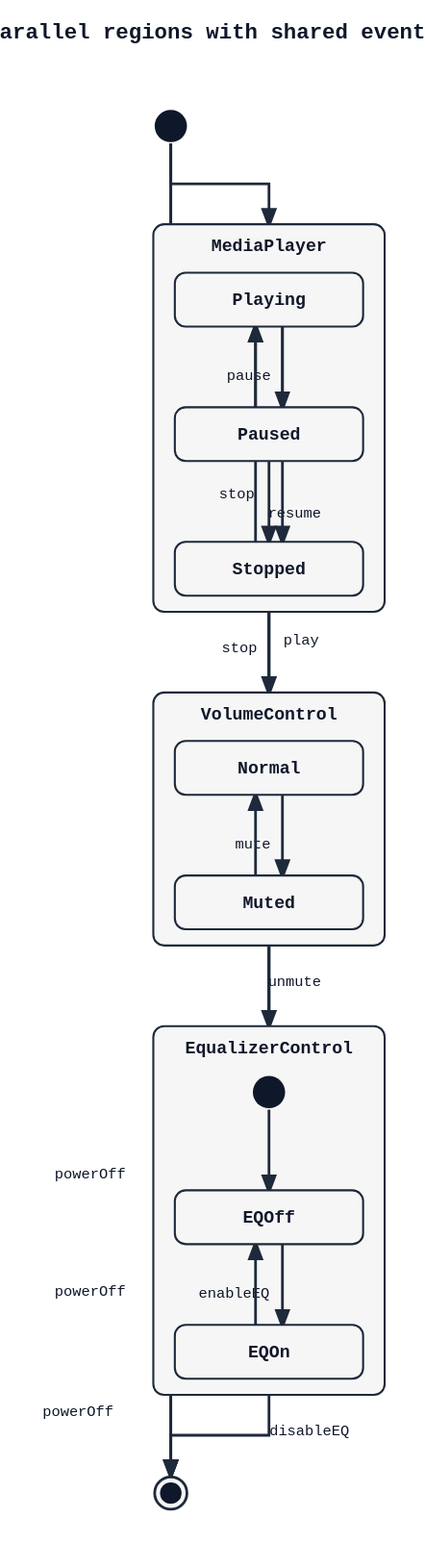
The PlantUML diagram docs/examples/state/10_parallel_regions_shared_events.svg in alliecatowo/puml, before a commit. Its source is kept beside it as docs/examples/state/10_parallel_regions_shared_events.puml. The source it was exported from:
```plantuml
@startuml
title Parallel regions with shared events
state MediaPlayer {
  state Playing
  state Paused
  state Stopped
  Playing --> Paused : pause
  Paused --> Playing : resume
  Playing --> Stopped : stop
  Paused --> Stopped : stop
  Stopped --> Playing : play
}
state VolumeControl {
  state Normal
  state Muted
  Normal --> Muted : mute
  Muted --> Normal : unmute
}
state EqualizerControl {
  [*] --> EQOff
  EQOff --> EQOn : enableEQ
  EQOn --> EQOff : disableEQ
  EQOn : do / applyBands
}
[*] --> MediaPlayer
[*] --> VolumeControl
[*] --> EqualizerControl
MediaPlayer --> [*] : powerOff
VolumeControl --> [*] : powerOff
EqualizerControl --> [*] : powerOff
@enduml
```
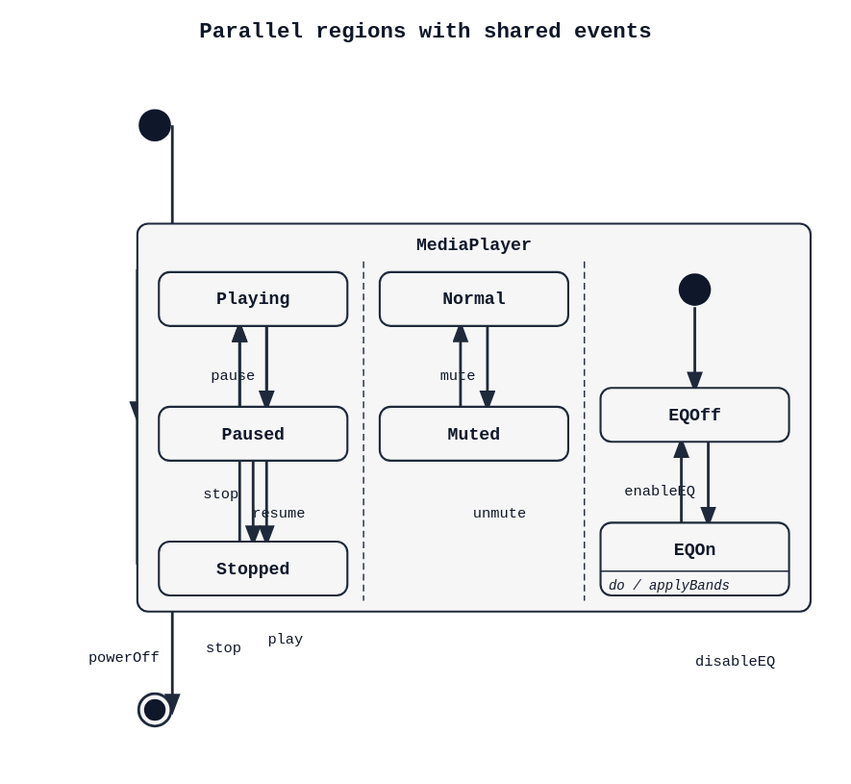
Later version of the same file.

Commit message:
refactor(render): lay out concurrent state regions side-by-side

The edit, as a diff of the source:
```diff
@@ -9,23 +9,20 @@
   Playing --> Stopped : stop
   Paused --> Stopped : stop
   Stopped --> Playing : play
-}
-state VolumeControl {
+  --
   state Normal
   state Muted
   Normal --> Muted : mute
   Muted --> Normal : unmute
-}
-state EqualizerControl {
+  --
   [*] --> EQOff
+  state EQOff
+  state EQOn {
+    EQOn : do / applyBands
+  }
   EQOff --> EQOn : enableEQ
   EQOn --> EQOff : disableEQ
-  EQOn : do / applyBands
 }
 [*] --> MediaPlayer
-[*] --> VolumeControl
-[*] --> EqualizerControl
 MediaPlayer --> [*] : powerOff
-VolumeControl --> [*] : powerOff
-EqualizerControl --> [*] : powerOff
 @enduml
```
